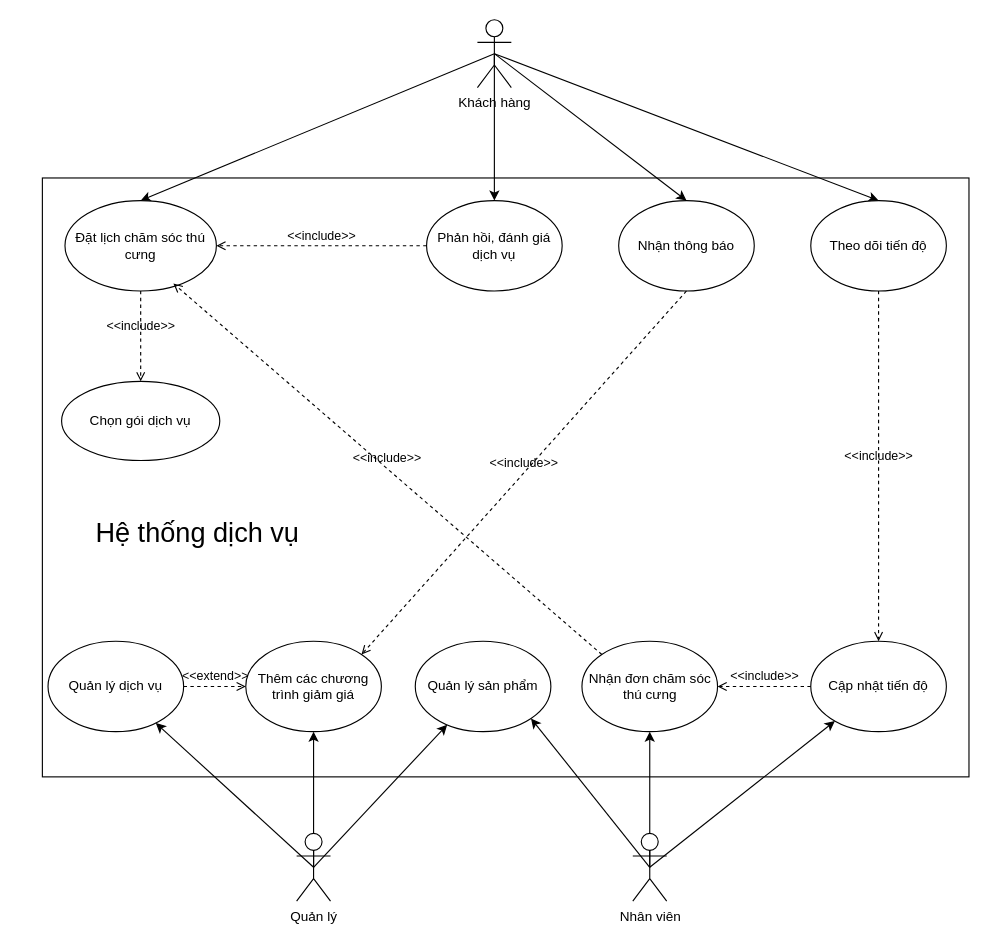
blueonline07/auth-demo keeps this draw.io diagram as service-use-case-diagram.drawio. Above is the earlier version. Source tidied: cells renumbered, new cells numbered last; positions are measured from the earlier drawing's top-left corner, leaving out a move shared by most shapes. Both pictures are drawn from the tidied source at 113%, with x=0, y=0 at pixel (42, 19).
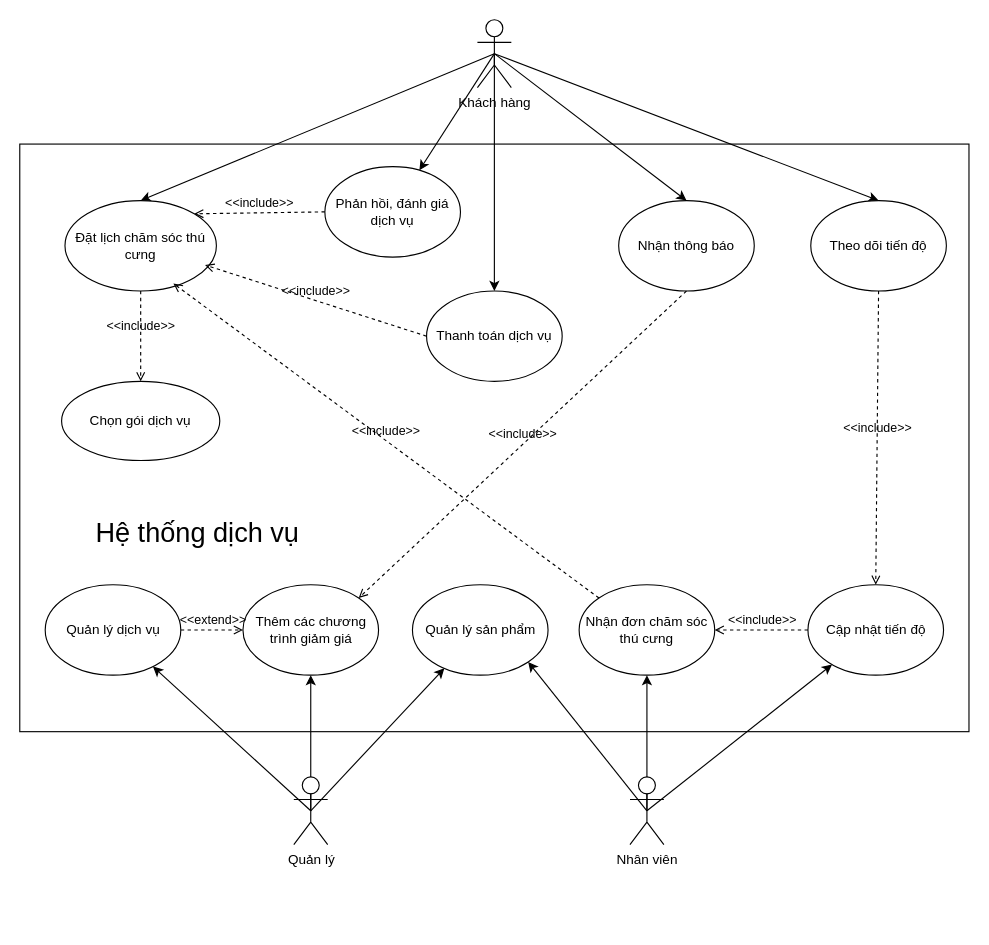
Above is the later version.

The change refers to these unchanged cells:
```xml
<mxCell id="6" value="Khách hàng" style="shape=umlActor;verticalLabelPosition=bottom;verticalAlign=top;html=1;outlineConnect=0;" parent="1" vertex="1">
  <mxGeometry x="385" width="30" height="60" as="geometry" />
</mxCell>
<mxCell id="15" value="Đặt lịch chăm sóc thú cưng" style="ellipse;whiteSpace=wrap;html=1;verticalAlign=middle;" parent="1" vertex="1">
  <mxGeometry x="20" y="160" width="134" height="80" as="geometry" />
</mxCell>
```

Change to the diagram source:
```diff
@@
+    <mxCell id="34" style="rounded=0;jettySize=auto;html=1;exitX=0.5;exitY=0.5;exitDx=0;exitDy=0;exitPerimeter=0;" parent="1" edge="1" source="6" target="35">
+      <mxGeometry relative="1" as="geometry" />
+    </mxCell>
@@
     <mxCell id="10" value="Nhân viên" style="shape=umlActor;verticalLabelPosition=bottom;verticalAlign=top;html=1;outlineConnect=0;" parent="1" vertex="1">
-      <mxGeometry x="522.5" y="720" width="30" height="60" as="geometry" />
+      <mxGeometry x="520" y="670" width="30" height="60" as="geometry" />
     </mxCell>
@@
     <mxCell id="14" value="Quản lý" style="shape=umlActor;verticalLabelPosition=bottom;verticalAlign=top;html=1;outlineConnect=0;" parent="1" vertex="1">
-      <mxGeometry x="225" y="720" width="30" height="60" as="geometry" />
+      <mxGeometry x="222.5" y="670" width="30" height="60" as="geometry" />
     </mxCell>
@@
-    <mxCell id="20" value="&amp;lt;&amp;lt;include&amp;gt;&amp;gt;" style="html=1;verticalAlign=bottom;labelBackgroundColor=none;endArrow=open;endFill=0;dashed=1;rounded=0;exitX=0;exitY=0.5;exitDx=0;exitDy=0;entryX=1;entryY=0.5;entryDx=0;entryDy=0;" parent="1" edge="1" source="21" target="15">
+    <mxCell id="20" value="&amp;lt;&amp;lt;include&amp;gt;&amp;gt;" style="html=1;verticalAlign=bottom;labelBackgroundColor=none;endArrow=open;endFill=0;dashed=1;rounded=0;exitX=0;exitY=0.5;exitDx=0;exitDy=0;entryX=1;entryY=0;entryDx=0;entryDy=0;" parent="1" edge="1" source="21" target="15">
       <mxGeometry relative="1" as="geometry" />
     </mxCell>
     <mxCell id="21" value="Phản hồi, đánh giá dịch vụ" style="ellipse;whiteSpace=wrap;html=1;" parent="1" vertex="1">
-      <mxGeometry x="340" y="160" width="120" height="80" as="geometry" />
+      <mxGeometry x="250" y="130" width="120" height="80" as="geometry" />
     </mxCell>
     <mxCell id="22" value="Quản lý dịch vụ" style="ellipse;whiteSpace=wrap;html=1;" parent="1" vertex="1">
-      <mxGeometry x="5" y="550" width="120" height="80" as="geometry" />
+      <mxGeometry x="2.5" y="500" width="120" height="80" as="geometry" />
     </mxCell>
     <mxCell id="23" value="Quản lý sản phẩm" style="ellipse;whiteSpace=wrap;html=1;" parent="1" vertex="1">
-      <mxGeometry x="330" y="550" width="120" height="80" as="geometry" />
+      <mxGeometry x="327.5" y="500" width="120" height="80" as="geometry" />
     </mxCell>
     <mxCell id="24" value="Nhận đơn chăm sóc thú cưng" style="ellipse;whiteSpace=wrap;html=1;" parent="1" vertex="1">
-      <mxGeometry x="477.5" y="550" width="120" height="80" as="geometry" />
+      <mxGeometry x="475" y="500" width="120" height="80" as="geometry" />
     </mxCell>
@@
     <mxCell id="26" value="Cập nhật tiến độ" style="ellipse;whiteSpace=wrap;html=1;" parent="1" vertex="1">
-      <mxGeometry x="680" y="550" width="120" height="80" as="geometry" />
+      <mxGeometry x="677.5" y="500" width="120" height="80" as="geometry" />
     </mxCell>
@@
     <mxCell id="28" value="Thêm các chương trình giảm giá" style="ellipse;whiteSpace=wrap;html=1;" parent="1" vertex="1">
-      <mxGeometry x="180" y="550" width="120" height="80" as="geometry" />
+      <mxGeometry x="177.5" y="500" width="120" height="80" as="geometry" />
     </mxCell>
@@
-    <mxCell id="32" style="rounded=0;whiteSpace=wrap;html=1;fillColor=none;" parent="1" vertex="1">
-      <mxGeometry y="140" width="820" height="530" as="geometry" />
-    </mxCell>
@@
+    <mxCell id="35" value="Thanh toán dịch vụ" style="ellipse;whiteSpace=wrap;html=1;" parent="1" vertex="1">
+      <mxGeometry x="340" y="240" width="120" height="80" as="geometry" />
+    </mxCell>
+    <mxCell id="36" value="&amp;lt;&amp;lt;include&amp;gt;&amp;gt;" style="html=1;verticalAlign=bottom;labelBackgroundColor=none;endArrow=open;endFill=0;dashed=1;rounded=0;exitX=0;exitY=0.5;exitDx=0;exitDy=0;entryX=0.925;entryY=0.713;entryDx=0;entryDy=0;entryPerimeter=0;" parent="1" edge="1" source="35" target="15">
+      <mxGeometry relative="1" as="geometry" />
+    </mxCell>
+    <mxCell id="37" style="rounded=0;whiteSpace=wrap;html=1;fillColor=none;" parent="1" vertex="1">
+      <mxGeometry x="-20" y="110" width="840" height="520" as="geometry" />
+    </mxCell>
```
